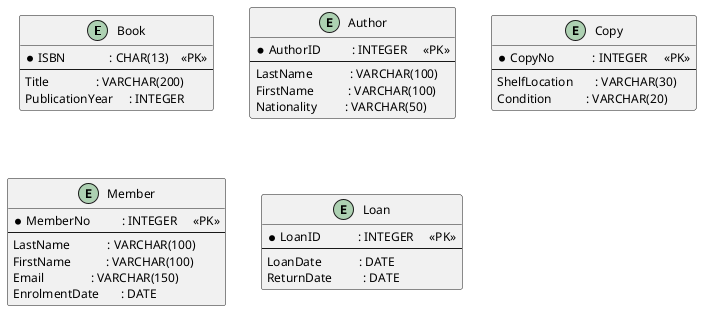
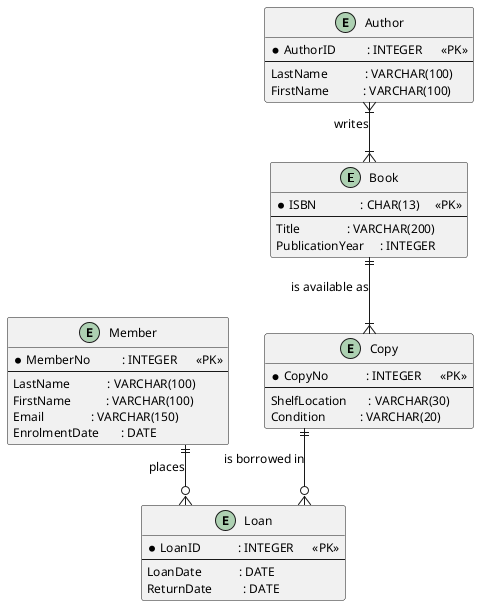
@startuml
' ============================================================
'  schema.puml -- ER Diagram: Bochum City Library
'  DBMS_02 · THGA Bochum
' ============================================================

skinparam linetype ortho
skinparam defaultFontName Helvetica
skinparam defaultFontSize 12
skinparam entityBackgroundColor #CCE5FF
skinparam entityBorderColor     #003C7C
skinparam entityFontColor       #003C7C
skinparam entityFontStyle       bold

' ------------------------------------------------------------
' Entities
' ------------------------------------------------------------

entity "Book" as B {
-   * ISBN              : CHAR(13)    <<PK>>
+   * ISBN              : CHAR(13)     <<PK>>
  --
  Title               : VARCHAR(200)
  PublicationYear     : INTEGER
}

entity "Author" as A {
-   * AuthorID          : INTEGER     <<PK>>
+   * AuthorID          : INTEGER      <<PK>>
  --
  LastName            : VARCHAR(100)
  FirstName           : VARCHAR(100)
-   Nationality         : VARCHAR(50)
}

entity "Copy" as C {
-   * CopyNo            : INTEGER     <<PK>>
+   * CopyNo            : INTEGER      <<PK>>
  --
  ShelfLocation       : VARCHAR(30)
  Condition           : VARCHAR(20)
}

entity "Member" as M {
-   * MemberNo          : INTEGER     <<PK>>
+   * MemberNo          : INTEGER      <<PK>>
  --
  LastName            : VARCHAR(100)
  FirstName           : VARCHAR(100)
  Email               : VARCHAR(150)
  EnrolmentDate       : DATE
}

entity "Loan" as L {
-   * LoanID            : INTEGER     <<PK>>
+   * LoanID            : INTEGER      <<PK>>
  --
  LoanDate            : DATE
  ReturnDate          : DATE
}

- ' ============================================================
- ' TODO: Add relationships here
- '
- ' Crow's Foot notation:
- '   ||   exactly one     (mandatory one)
- '   |{   one or more     (one or more)
- '   o{   zero or more    (zero or more)
- '   o|   zero or one     (optional one)
- '
- ' Syntax:
- '   EntityA [left-notation]--[right-notation] EntityB : "label"
- '
- ' Example:
- '   Department ||--|{ Employee : "employs"
- '   (A department employs 1..N employees;
- '    an employee belongs to exactly one department.)
- '
- ' Your task -- model these four relationships from the scenario:
- '
- '   1. Author  -- writes --          Book    (N:M)
- '   2. Book    -- is available as -- Copy    (1:1..N)
- '   3. Member  -- places --          Loan    (1:0..N)
- '   4. Copy    -- is borrowed in --  Loan    (1:0..N)
- '
- ' ============================================================
+ ' ------------------------------------------------------------
+ ' Relationships
+ ' ------------------------------------------------------------

+ A }|--|{ B : "writes"
+ B ||--|{ C : "is available as"
+ M ||--o{ L : "places"
+ C ||--o{ L : "is borrowed in"

@enduml
